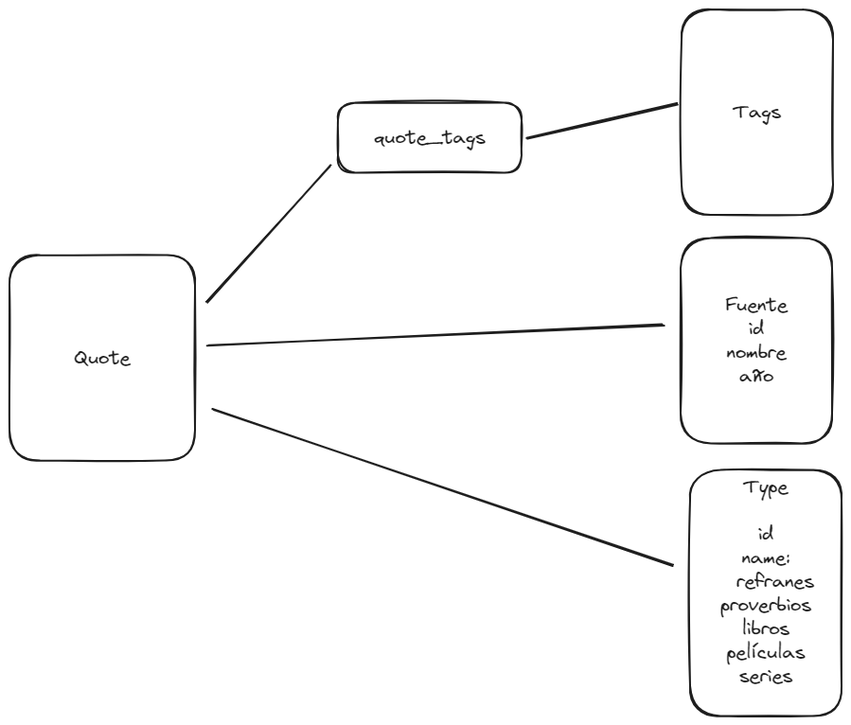
Above: arch_models.excalidraw.png in pabpereza/quotes (Excalidraw), before the change. Source tidied: one line per element, renumbered; positions are measured from the earlier drawing's top-left corner, leaving out a move shared by most shapes.
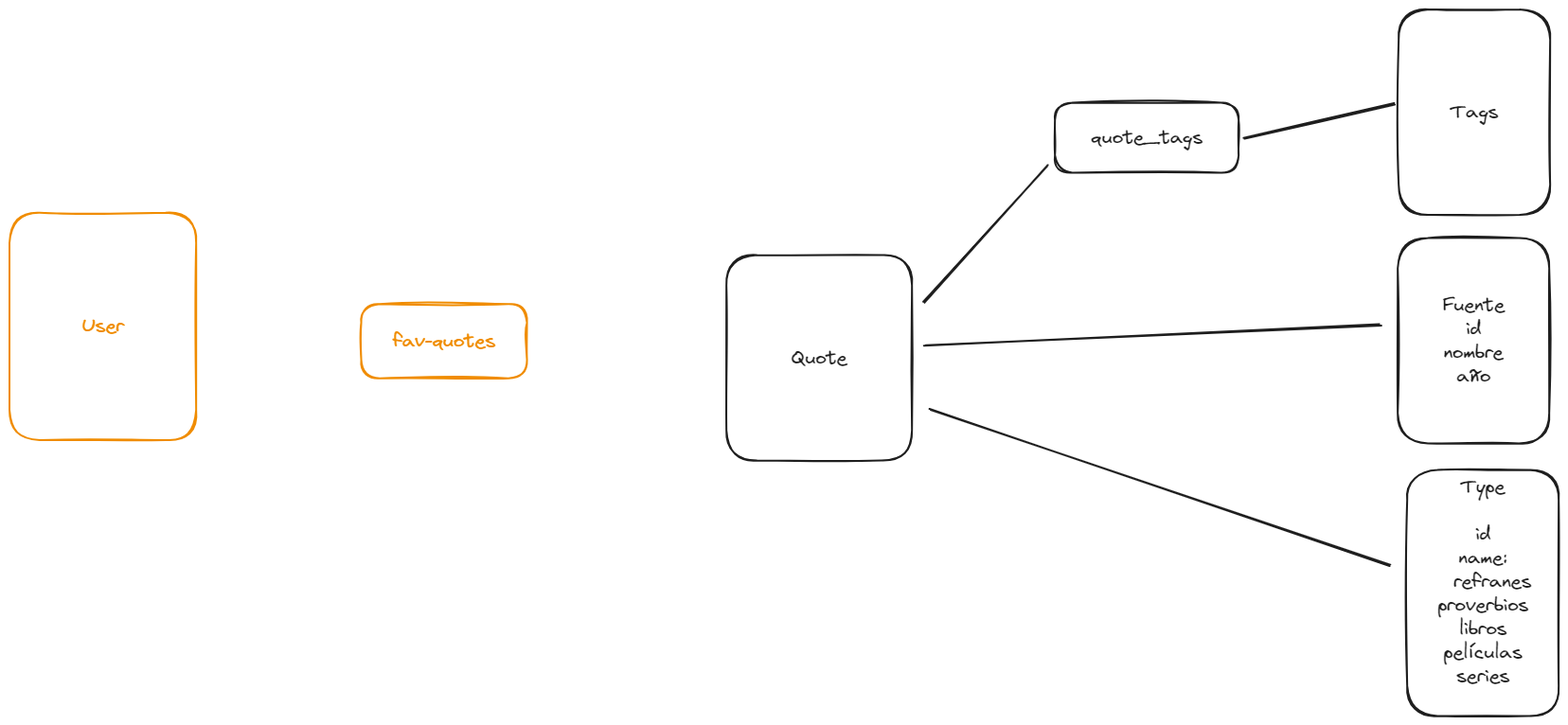
After the commit.

What changed in the source:
```diff
@@ -12,3 +12,7 @@
 {"id": 11, "type": "arrow", "strokeColor": "#1e1e1e", "strokeWidth": 2, "roughness": 1, "round": true, "from": 8, "to": 0, "x": 546, "y": 136, "width": 159, "height": 37, "points": [[0, 0], [159, -37]]}
 {"id": 12, "type": "arrow", "strokeColor": "#1e1e1e", "strokeWidth": 2, "roughness": 1, "round": true, "from": 2, "to": 4, "x": 209, "y": 354, "width": 481, "height": 22, "points": [[0, 0], [481, -22]]}
 {"id": 13, "type": "arrow", "strokeColor": "#1e1e1e", "strokeWidth": 2, "roughness": 1, "round": true, "from": 2, "to": 6, "x": 215, "y": 423, "width": 485, "height": 164, "points": [[0, 0], [485, 164]]}
+{"id": 14, "type": "rectangle", "strokeColor": "#f08c00", "strokeWidth": 2, "roughness": 1, "round": true, "x": -757, "y": 215, "width": 197, "height": 240}
+{"id": 15, "type": "text", "text": "User", "strokeColor": "#f08c00", "strokeWidth": 2, "roughness": 1, "fontSize": 20, "fontFamily": 1, "textAlign": "center", "verticalAlign": "middle", "inside": 14, "x": -681, "y": 322, "width": 45, "height": 25}
+{"id": 16, "type": "rectangle", "strokeColor": "#f08c00", "strokeWidth": 2, "roughness": 1, "round": true, "x": -386, "y": 311, "width": 175, "height": 78}
+{"id": 17, "type": "text", "text": "fav-quotes", "strokeColor": "#f08c00", "strokeWidth": 2, "roughness": 1, "fontSize": 20, "fontFamily": 1, "textAlign": "center", "verticalAlign": "middle", "inside": 16, "x": -352, "y": 338, "width": 108, "height": 25}
```
